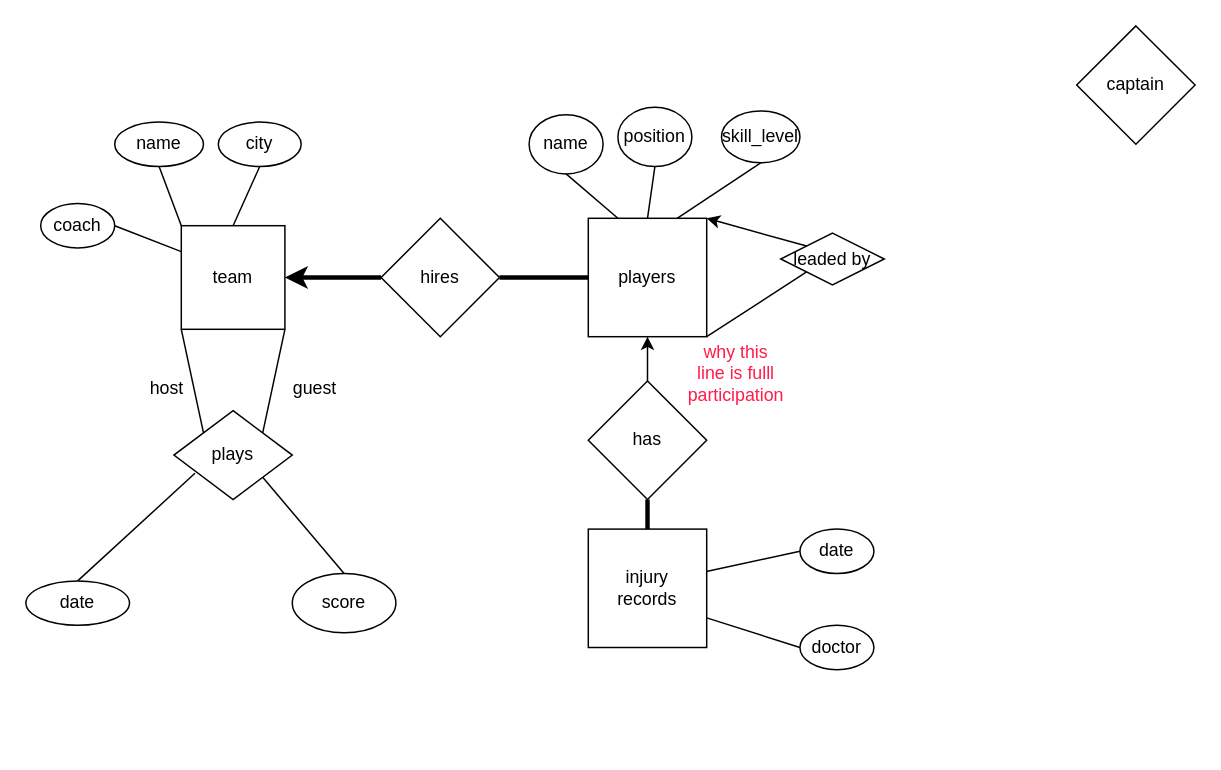
Before: COMP 9311/exercise.drawio in LoverCheng/unsw, a draw.io diagram. Source tidied: cells renumbered, new cells numbered last; positions are measured from the earlier drawing's top-left corner, leaving out a move shared by most shapes. Both pictures are drawn from the tidied source at 148%, with x=0, y=0 at pixel (25, 25).
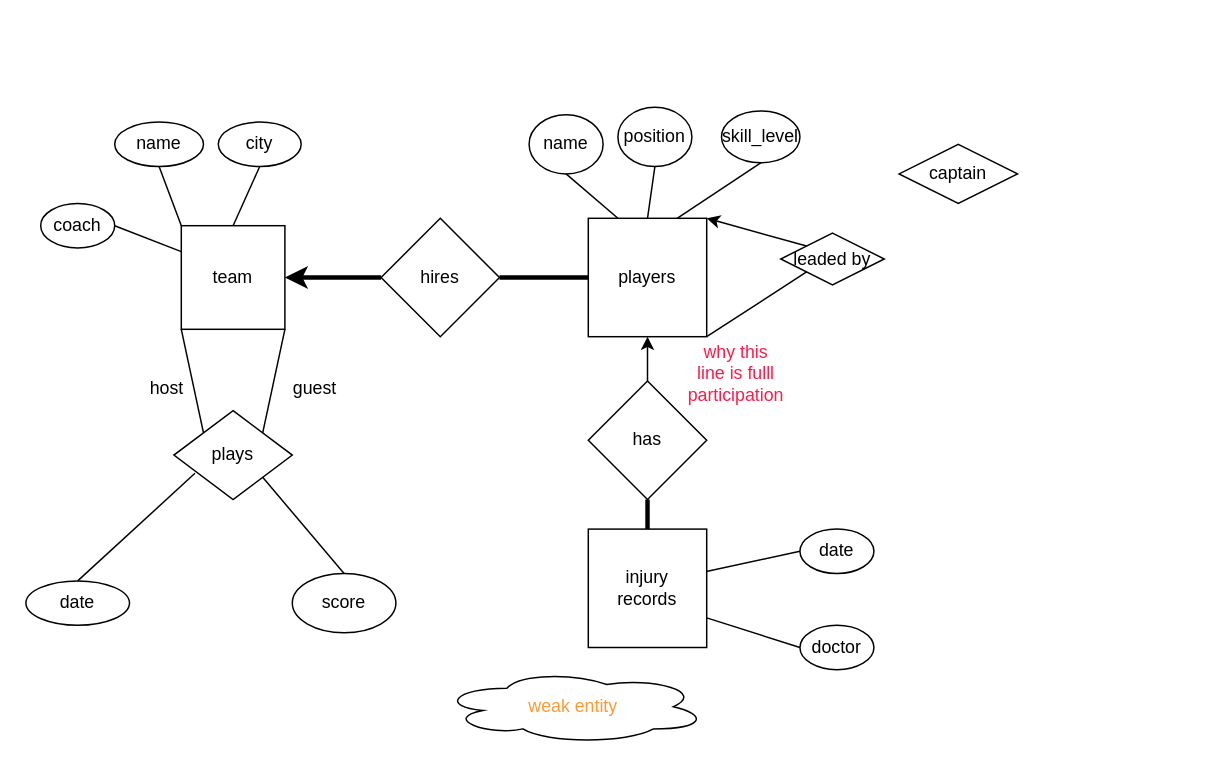
Above is the later version.

Change to the diagram source:
```diff
@@
     <mxCell id="7" value="captain" style="rhombus;whiteSpace=wrap;html=1;" parent="1" vertex="1">
-      <mxGeometry x="710" width="80" height="80" as="geometry" />
+      <mxGeometry x="590" y="80" width="80" height="40" as="geometry" />
     </mxCell>
@@
+    <mxCell id="41" value="&lt;font color=&quot;#ff9933&quot;&gt;weak entity&lt;/font&gt;" style="ellipse;shape=cloud;whiteSpace=wrap;html=1;fontColor=#FF1C49;" parent="1" vertex="1">
+      <mxGeometry x="280" y="435" width="180" height="50" as="geometry" />
+    </mxCell>
```
